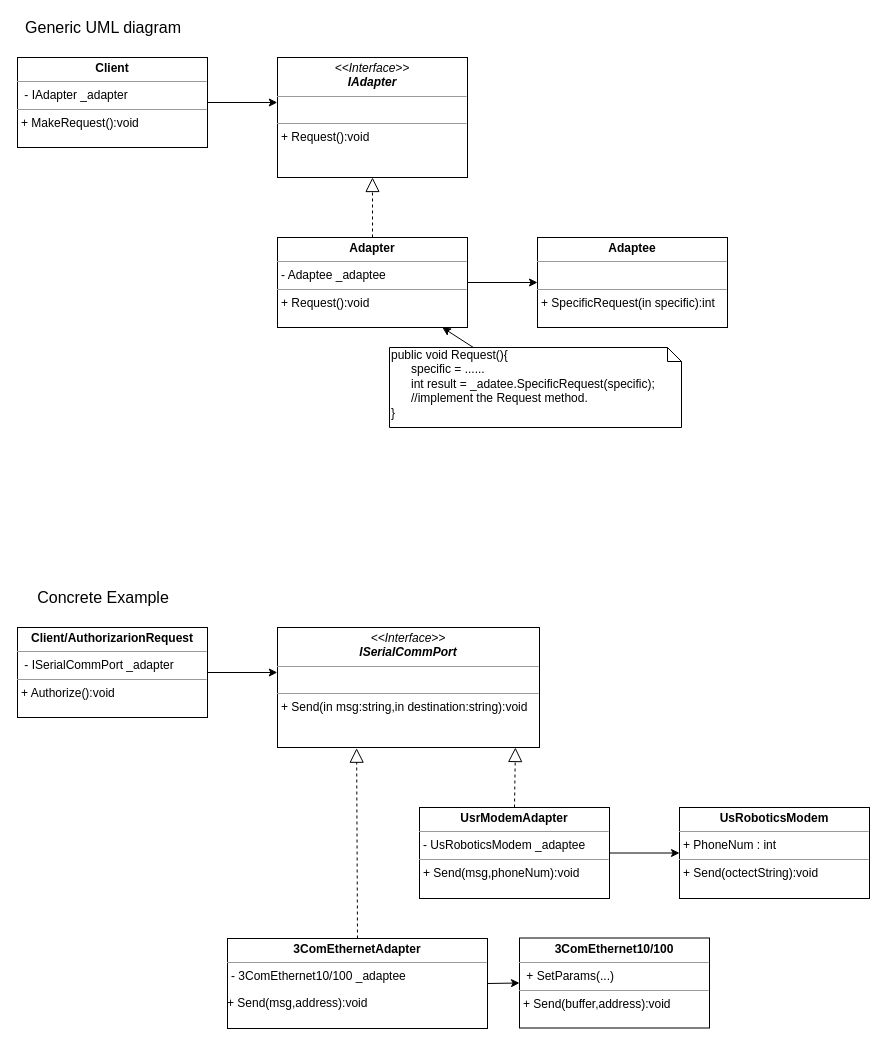
Earlier version of the draw.io diagram Patterns/images/Adapter.drawio (zangelus/Patterns). Source tidied: cells renumbered, new cells numbered last; positions are measured from the earlier drawing's top-left corner, leaving out a move shared by most shapes. Both pictures are drawn from the tidied source at 100%, with x=0, y=0 at pixel (17, 17).
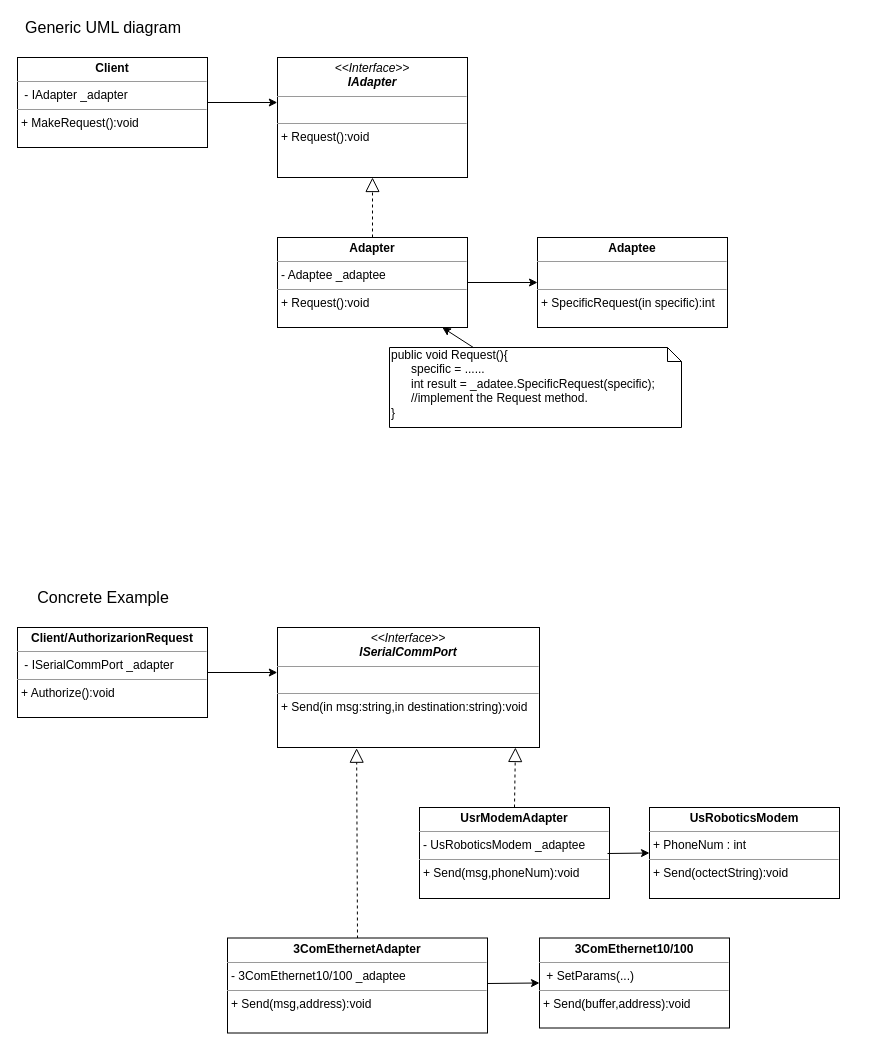
Above is the later version.

The change refers to these unchanged cells:
```xml
<mxCell id="11" value="&lt;p style=&quot;margin: 0px ; margin-top: 4px ; text-align: center&quot;&gt;&lt;i&gt;&amp;lt;&amp;lt;Interface&amp;gt;&amp;gt;&lt;/i&gt;&lt;br&gt;&lt;b&gt;&lt;i&gt;ISerialCommPort&lt;/i&gt;&lt;/b&gt;&lt;/p&gt;&lt;hr size=&quot;1&quot;&gt;&lt;p style=&quot;margin: 0px ; margin-left: 4px&quot;&gt;&lt;br&gt;&lt;/p&gt;&lt;hr size=&quot;1&quot;&gt;&lt;p style=&quot;margin: 0px ; margin-left: 4px&quot;&gt;+ Send(in msg:string,in destination:string):void&lt;/p&gt;" style="verticalAlign=top;align=left;overflow=fill;fontSize=12;fontFamily=Helvetica;html=1;" parent="1" vertex="1">
  <mxGeometry x="260" y="610" width="262" height="120" as="geometry" />
</mxCell>
<mxCell id="12" value="&lt;p style=&quot;margin: 0px ; margin-top: 4px ; text-align: center&quot;&gt;&lt;b&gt;UsrModemAdapter&lt;/b&gt;&lt;/p&gt;&lt;hr size=&quot;1&quot;&gt;&lt;p style=&quot;margin: 0px ; margin-left: 4px&quot;&gt;-&amp;nbsp;UsRoboticsModem&amp;nbsp;_adaptee&lt;/p&gt;&lt;hr size=&quot;1&quot;&gt;&lt;p style=&quot;margin: 0px ; margin-left: 4px&quot;&gt;+ Send(msg,phoneNum):void&lt;/p&gt;" style="verticalAlign=top;align=left;overflow=fill;fontSize=12;fontFamily=Helvetica;html=1;" parent="1" vertex="1">
  <mxGeometry x="402" y="790" width="190" height="91" as="geometry" />
</mxCell>
```

What changed in the source:
```diff
@@
     <mxCell id="13" value="&lt;p style=&quot;margin: 0px ; margin-top: 4px ; text-align: center&quot;&gt;&lt;b&gt;UsRoboticsModem&lt;/b&gt;&lt;/p&gt;&lt;hr size=&quot;1&quot;&gt;&lt;p style=&quot;margin: 0px ; margin-left: 4px&quot;&gt;+ PhoneNum : int&lt;/p&gt;&lt;hr size=&quot;1&quot;&gt;&lt;p style=&quot;margin: 0px ; margin-left: 4px&quot;&gt;+ Send(octectString):void&lt;/p&gt;" style="verticalAlign=top;align=left;overflow=fill;fontSize=12;fontFamily=Helvetica;html=1;" parent="1" vertex="1">
-      <mxGeometry x="662" y="790" width="190" height="91" as="geometry" />
+      <mxGeometry x="632" y="790" width="190" height="91" as="geometry" />
     </mxCell>
-    <mxCell id="14" style="endArrow=classic;html=1;entryX=0;entryY=0.5;entryDx=0;entryDy=0;exitX=1;exitY=0.5;exitDx=0;exitDy=0;" parent="1" edge="1" source="12" target="13">
-      <mxGeometry relative="1" as="geometry" />
+    <mxCell id="14" style="endArrow=classic;html=1;entryX=0;entryY=0.5;entryDx=0;entryDy=0;" parent="1" edge="1" target="13">
+      <mxGeometry relative="1" as="geometry">
+        <mxPoint x="590" y="836" as="sourcePoint" />
+      </mxGeometry>
     </mxCell>
@@
-    <mxCell id="19" value="&lt;p style=&quot;margin: 0px ; margin-top: 4px ; text-align: center&quot;&gt;&lt;b&gt;3ComEthernetAdapter&lt;/b&gt;&lt;/p&gt;&lt;hr size=&quot;1&quot;&gt;&lt;p style=&quot;margin: 0px ; margin-left: 4px&quot;&gt;-&amp;nbsp;3ComEthernet10/100&amp;nbsp;_adaptee&lt;/p&gt;&lt;p&gt;+ Send(msg,address):void&lt;/p&gt;" style="verticalAlign=top;align=left;overflow=fill;fontSize=12;fontFamily=Helvetica;html=1;" parent="1" vertex="1">
-      <mxGeometry x="210" y="921" width="260" height="90" as="geometry" />
-    </mxCell>
     <mxCell id="20" value="&lt;p style=&quot;margin: 0px ; margin-top: 4px ; text-align: center&quot;&gt;&lt;b&gt;3ComEthernet10/100&lt;/b&gt;&lt;/p&gt;&lt;hr size=&quot;1&quot;&gt;&lt;p style=&quot;margin: 0px ; margin-left: 4px&quot;&gt;&amp;nbsp;+ SetParams(...)&lt;/p&gt;&lt;hr size=&quot;1&quot;&gt;&lt;p style=&quot;margin: 0px ; margin-left: 4px&quot;&gt;+ Send(buffer,address):void&lt;/p&gt;" style="verticalAlign=top;align=left;overflow=fill;fontSize=12;fontFamily=Helvetica;html=1;" parent="1" vertex="1">
-      <mxGeometry x="502" y="920.5" width="190" height="90" as="geometry" />
+      <mxGeometry x="522" y="920.5" width="190" height="90" as="geometry" />
     </mxCell>
-    <mxCell id="21" style="endArrow=classic;html=1;entryX=0;entryY=0.5;entryDx=0;entryDy=0;exitX=1;exitY=0.5;exitDx=0;exitDy=0;" parent="1" edge="1" source="19" target="20">
-      <mxGeometry relative="1" as="geometry" />
+    <mxCell id="21" style="endArrow=classic;html=1;entryX=0;entryY=0.5;entryDx=0;entryDy=0;exitX=1;exitY=0.5;exitDx=0;exitDy=0;" parent="1" edge="1" target="20">
+      <mxGeometry relative="1" as="geometry">
+        <mxPoint x="470" y="966" as="sourcePoint" />
+      </mxGeometry>
     </mxCell>
-    <mxCell id="22" style="endArrow=block;dashed=1;endFill=0;endSize=12;html=1;entryX=0.302;entryY=1.006;entryDx=0;entryDy=0;exitX=0.5;exitY=0;exitDx=0;exitDy=0;entryPerimeter=0;" parent="1" edge="1" source="19" target="11">
-      <mxGeometry relative="1" as="geometry" />
+    <mxCell id="22" style="endArrow=block;dashed=1;endFill=0;endSize=12;html=1;entryX=0.302;entryY=1.006;entryDx=0;entryDy=0;exitX=0.5;exitY=0;exitDx=0;exitDy=0;entryPerimeter=0;" parent="1" edge="1" target="11">
+      <mxGeometry relative="1" as="geometry">
+        <mxPoint x="340" y="921" as="sourcePoint" />
+      </mxGeometry>
     </mxCell>
@@
+    <mxCell id="19" value="&lt;p style=&quot;margin: 0px ; margin-top: 4px ; text-align: center&quot;&gt;&lt;b&gt;3ComEthernetAdapter&lt;/b&gt;&lt;/p&gt;&lt;hr size=&quot;1&quot;&gt;&lt;p style=&quot;margin: 0px ; margin-left: 4px&quot;&gt;-&amp;nbsp;3ComEthernet10/100 _adaptee&lt;/p&gt;&lt;hr size=&quot;1&quot;&gt;&lt;p style=&quot;margin: 0px ; margin-left: 4px&quot;&gt;+ Send(msg,address):void&lt;/p&gt;" style="verticalAlign=top;align=left;overflow=fill;fontSize=12;fontFamily=Helvetica;html=1;" parent="1" vertex="1">
+      <mxGeometry x="210" y="920.5" width="260" height="95" as="geometry" />
+    </mxCell>
```
